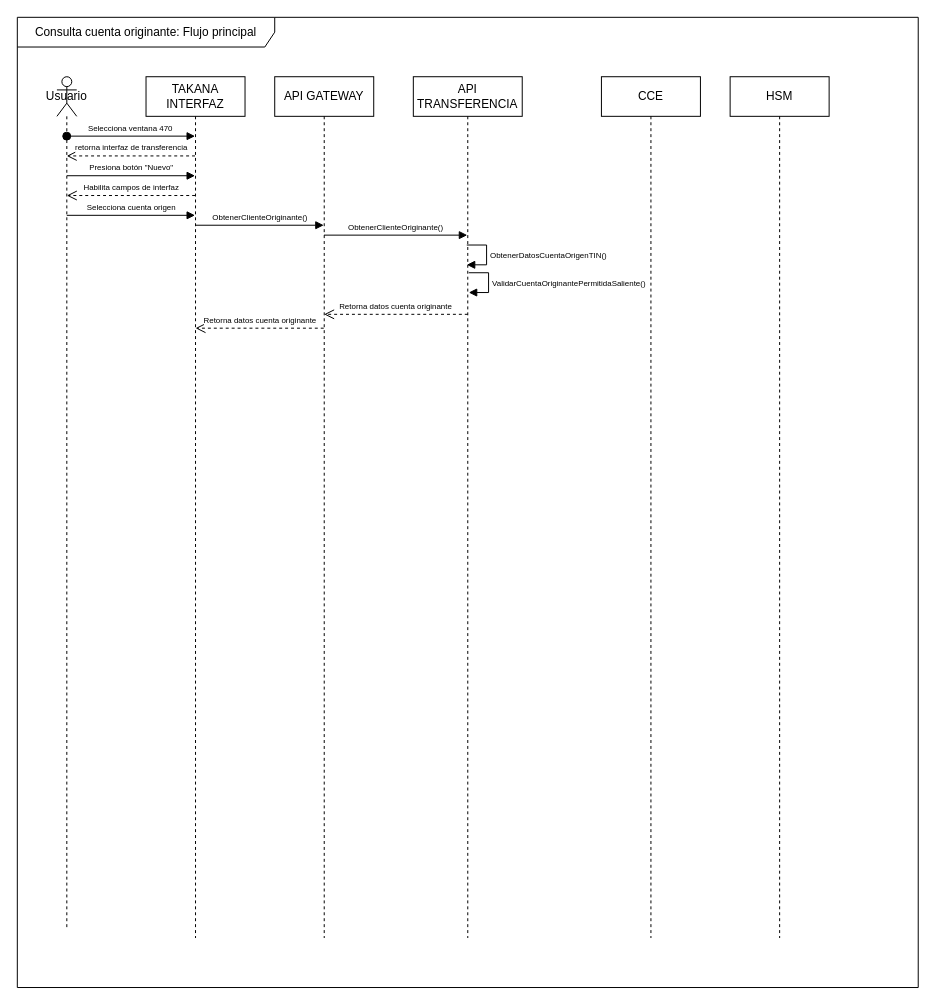
Before: page "D.S Consulta Cuenta Originante" (1 of 4) of Transferencias inmediatas.drawio in Richard-MJ/CMACT, a draw.io diagram. Source tidied: cells renumbered, new cells numbered last; positions are measured from the earlier drawing's top-left corner, leaving out a move shared by most shapes. Both pictures are drawn from the tidied source at 99%, with x=0, y=0 at pixel (17, 17).
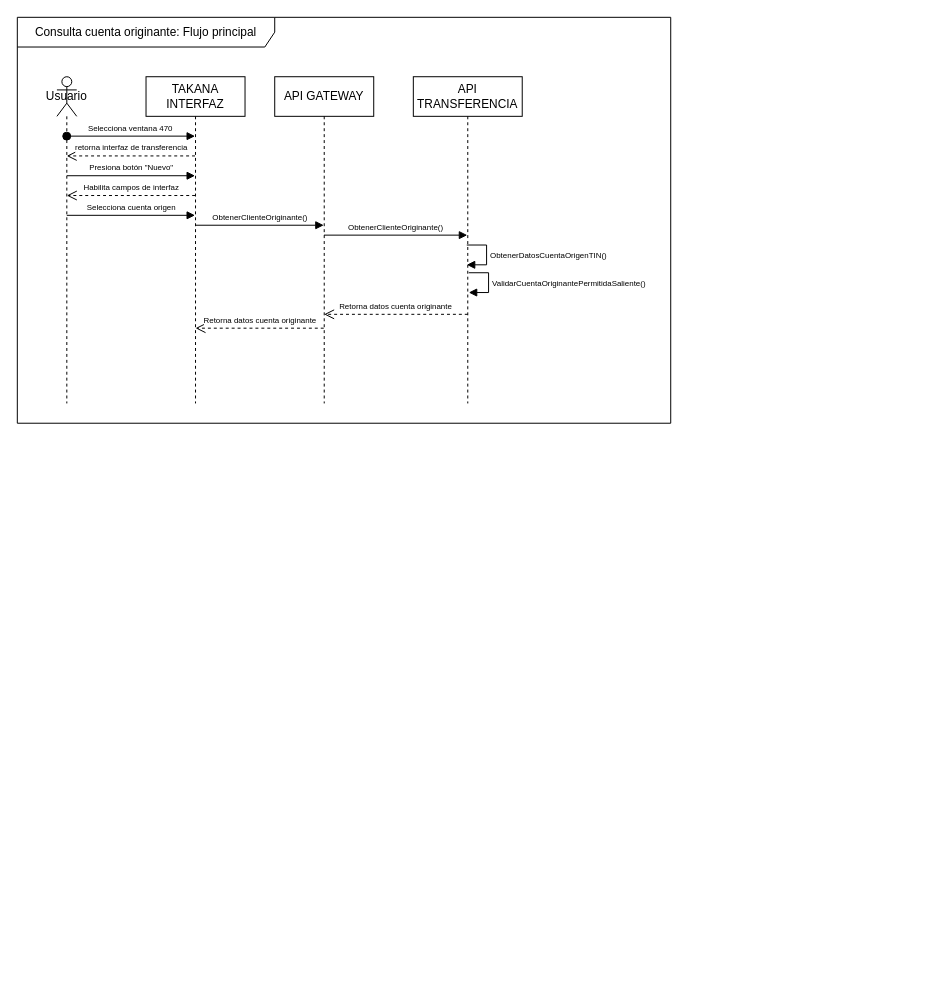
The same diagram, later.

What changed in the source:
```diff
@@
     <mxCell id="2" value="Consulta cuenta originante: Flujo principal" style="shape=umlFrame;whiteSpace=wrap;html=1;width=260;height=30;" parent="1" vertex="1">
-      <mxGeometry width="910" height="980" as="geometry" />
+      <mxGeometry width="660" height="410" as="geometry" />
     </mxCell>
     <mxCell id="3" value="Usuario" style="shape=umlLifeline;perimeter=lifelinePerimeter;whiteSpace=wrap;html=1;newEdgeStyle={&quot;curved&quot;:0,&quot;rounded&quot;:0};participant=umlActor;" parent="1" vertex="1">
-      <mxGeometry x="40" y="60" width="20" height="860" as="geometry" />
+      <mxGeometry x="40" y="60" width="20" height="330" as="geometry" />
     </mxCell>
     <mxCell id="4" value="API GATEWAY" style="shape=umlLifeline;perimeter=lifelinePerimeter;whiteSpace=wrap;html=1;newEdgeStyle={&quot;edgeStyle&quot;:&quot;elbowEdgeStyle&quot;,&quot;elbow&quot;:&quot;vertical&quot;,&quot;curved&quot;:0,&quot;rounded&quot;:0};" parent="1" vertex="1">
-      <mxGeometry x="260" y="60" width="100" height="870" as="geometry" />
+      <mxGeometry x="260" y="60" width="100" height="330" as="geometry" />
     </mxCell>
     <mxCell id="5" value="API TRANSFERENCIA" style="shape=umlLifeline;perimeter=lifelinePerimeter;whiteSpace=wrap;html=1;newEdgeStyle={&quot;edgeStyle&quot;:&quot;elbowEdgeStyle&quot;,&quot;elbow&quot;:&quot;vertical&quot;,&quot;curved&quot;:0,&quot;rounded&quot;:0};" parent="1" vertex="1">
-      <mxGeometry x="400" y="60" width="110" height="870" as="geometry" />
+      <mxGeometry x="400" y="60" width="110" height="330" as="geometry" />
     </mxCell>
-    <mxCell id="6" value="CCE" style="shape=umlLifeline;perimeter=lifelinePerimeter;whiteSpace=wrap;html=1;newEdgeStyle={&quot;edgeStyle&quot;:&quot;elbowEdgeStyle&quot;,&quot;elbow&quot;:&quot;vertical&quot;,&quot;curved&quot;:0,&quot;rounded&quot;:0};" parent="1" vertex="1">
-      <mxGeometry x="590" y="60" width="100" height="870" as="geometry" />
-    </mxCell>
-    <mxCell id="7" value="HSM" style="shape=umlLifeline;perimeter=lifelinePerimeter;whiteSpace=wrap;html=1;newEdgeStyle={&quot;edgeStyle&quot;:&quot;elbowEdgeStyle&quot;,&quot;elbow&quot;:&quot;vertical&quot;,&quot;curved&quot;:0,&quot;rounded&quot;:0};" parent="1" vertex="1">
-      <mxGeometry x="720" y="60" width="100" height="870" as="geometry" />
-    </mxCell>
@@
     <mxCell id="10" value="TAKANA INTERFAZ" style="shape=umlLifeline;perimeter=lifelinePerimeter;whiteSpace=wrap;html=1;outlineConnect=0;portConstraint=eastwest;newEdgeStyle={&quot;edgeStyle&quot;:&quot;elbowEdgeStyle&quot;,&quot;elbow&quot;:&quot;vertical&quot;,&quot;curved&quot;:0,&quot;rounded&quot;:0};" parent="1" vertex="1">
-      <mxGeometry x="130" y="60" width="100" height="870" as="geometry" />
+      <mxGeometry x="130" y="60" width="100" height="330" as="geometry" />
     </mxCell>
```
